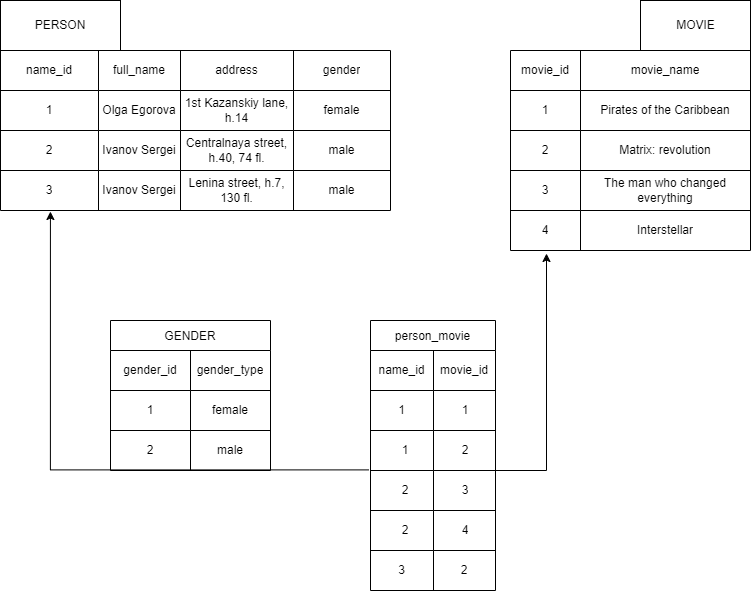
Skafishka/job4j_design keeps this draw.io diagram as sql/2.3.4 Database objects/7. Database normalization.drawio.png. Above is the earlier version. Source tidied: cells renumbered, new cells last; positions are measured from the earlier drawing's top-left corner, leaving out a move shared by most shapes.
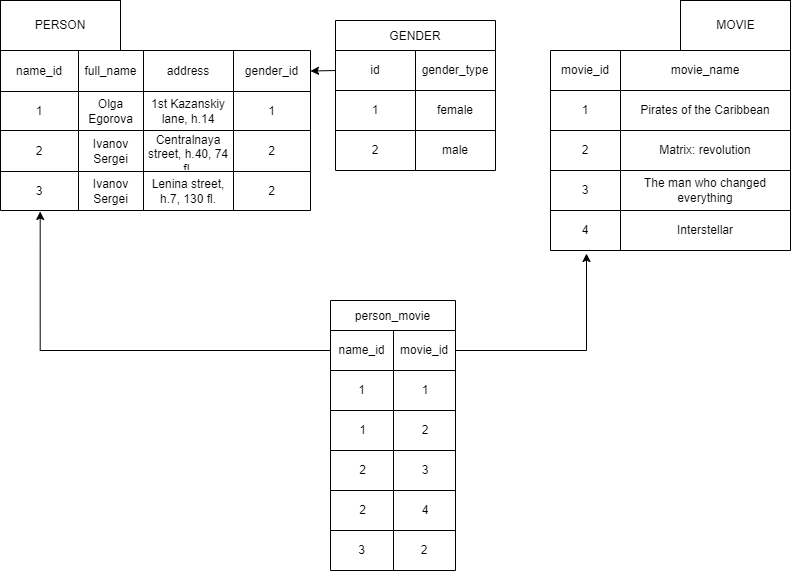
After the change.

Diff of the diagram source:
```diff
@@ -3,70 +3,70 @@
     <mxCell id="0" />
     <mxCell id="1" parent="0" />
     <mxCell id="2" style="shape=table;startSize=0;" parent="1" vertex="1">
-      <mxGeometry y="50" width="390" height="160" as="geometry" />
+      <mxGeometry x="-40" y="70" width="310" height="160" as="geometry" />
     </mxCell>
     <mxCell id="3" style="shape=tableRow;horizontal=0;startSize=0;swimlaneHead=0;swimlaneBody=0;top=0;left=0;bottom=0;right=0;fillColor=none;points=[[0,0.5],[1,0.5]];portConstraint=eastwest;" parent="2" vertex="1">
-      <mxGeometry width="390" height="40" as="geometry" />
+      <mxGeometry width="310" height="41" as="geometry" />
     </mxCell>
     <mxCell id="4" value="name_id" style="shape=partialRectangle;html=1;whiteSpace=wrap;overflow=hidden;fillColor=none;top=0;left=0;bottom=0;right=0;" parent="3" vertex="1">
-      <mxGeometry width="98" height="40" as="geometry" />
+      <mxGeometry width="78" height="41" as="geometry" />
     </mxCell>
     <mxCell id="5" value="full_name" style="shape=partialRectangle;html=1;whiteSpace=wrap;overflow=hidden;fillColor=none;top=0;left=0;bottom=0;right=0;" parent="3" vertex="1">
-      <mxGeometry x="98" width="82" height="40" as="geometry" />
+      <mxGeometry x="78" width="65" height="41" as="geometry" />
     </mxCell>
     <mxCell id="6" value="address" style="shape=partialRectangle;html=1;whiteSpace=wrap;overflow=hidden;fillColor=none;top=0;left=0;bottom=0;right=0;" parent="3" vertex="1">
-      <mxGeometry x="180" width="113" height="40" as="geometry" />
+      <mxGeometry x="143" width="90" height="41" as="geometry" />
     </mxCell>
-    <mxCell id="7" value="gender" style="shape=partialRectangle;html=1;whiteSpace=wrap;overflow=hidden;fillColor=none;top=0;left=0;bottom=0;right=0;" parent="3" vertex="1">
-      <mxGeometry x="293" width="97" height="40" as="geometry" />
+    <mxCell id="7" value="gender_id" style="shape=partialRectangle;html=1;whiteSpace=wrap;overflow=hidden;fillColor=none;top=0;left=0;bottom=0;right=0;" parent="3" vertex="1">
+      <mxGeometry x="233" width="77" height="41" as="geometry" />
     </mxCell>
     <mxCell id="8" style="shape=tableRow;horizontal=0;startSize=0;swimlaneHead=0;swimlaneBody=0;top=0;left=0;bottom=0;right=0;fillColor=none;" parent="2" vertex="1">
-      <mxGeometry y="40" width="390" height="40" as="geometry" />
+      <mxGeometry y="41" width="310" height="39" as="geometry" />
     </mxCell>
     <mxCell id="9" value="1" style="shape=partialRectangle;html=1;whiteSpace=wrap;overflow=hidden;fillColor=none;top=0;left=0;bottom=0;right=0;" parent="8" vertex="1">
-      <mxGeometry width="98" height="40" as="geometry" />
+      <mxGeometry width="78" height="39" as="geometry" />
     </mxCell>
     <mxCell id="10" value="Olga Egorova" style="shape=partialRectangle;html=1;whiteSpace=wrap;overflow=hidden;fillColor=none;top=0;left=0;bottom=0;right=0;" parent="8" vertex="1">
-      <mxGeometry x="98" width="82" height="40" as="geometry" />
+      <mxGeometry x="78" width="65" height="39" as="geometry" />
     </mxCell>
     <mxCell id="11" value="1st Kazanskiy lane, h.14" style="shape=partialRectangle;html=1;whiteSpace=wrap;overflow=hidden;fillColor=none;top=0;left=0;bottom=0;right=0;" parent="8" vertex="1">
-      <mxGeometry x="180" width="113" height="40" as="geometry" />
+      <mxGeometry x="143" width="90" height="39" as="geometry" />
     </mxCell>
-    <mxCell id="12" value="female" style="shape=partialRectangle;html=1;whiteSpace=wrap;overflow=hidden;fillColor=none;top=0;left=0;bottom=0;right=0;" parent="8" vertex="1">
-      <mxGeometry x="293" width="97" height="40" as="geometry" />
+    <mxCell id="12" value="1" style="shape=partialRectangle;html=1;whiteSpace=wrap;overflow=hidden;fillColor=none;top=0;left=0;bottom=0;right=0;" parent="8" vertex="1">
+      <mxGeometry x="233" width="77" height="39" as="geometry" />
     </mxCell>
     <mxCell id="13" style="shape=tableRow;horizontal=0;startSize=0;swimlaneHead=0;swimlaneBody=0;top=0;left=0;bottom=0;right=0;fillColor=none;" parent="2" vertex="1">
-      <mxGeometry y="80" width="390" height="40" as="geometry" />
+      <mxGeometry y="80" width="310" height="41" as="geometry" />
     </mxCell>
     <mxCell id="14" value="2" style="shape=partialRectangle;html=1;whiteSpace=wrap;overflow=hidden;fillColor=none;top=0;left=0;bottom=0;right=0;" parent="13" vertex="1">
-      <mxGeometry width="98" height="40" as="geometry" />
+      <mxGeometry width="78" height="41" as="geometry" />
     </mxCell>
     <mxCell id="15" value="Ivanov Sergei" style="shape=partialRectangle;html=1;whiteSpace=wrap;overflow=hidden;fillColor=none;top=0;left=0;bottom=0;right=0;" parent="13" vertex="1">
-      <mxGeometry x="98" width="82" height="40" as="geometry" />
+      <mxGeometry x="78" width="65" height="41" as="geometry" />
     </mxCell>
     <mxCell id="16" value="Centralnaya street, h.40, 74 fl." style="shape=partialRectangle;html=1;whiteSpace=wrap;overflow=hidden;fillColor=none;top=0;left=0;bottom=0;right=0;" parent="13" vertex="1">
-      <mxGeometry x="180" width="113" height="40" as="geometry" />
+      <mxGeometry x="143" width="90" height="41" as="geometry" />
     </mxCell>
-    <mxCell id="17" value="male" style="shape=partialRectangle;html=1;whiteSpace=wrap;overflow=hidden;fillColor=none;top=0;left=0;bottom=0;right=0;" parent="13" vertex="1">
-      <mxGeometry x="293" width="97" height="40" as="geometry" />
+    <mxCell id="17" value="2" style="shape=partialRectangle;html=1;whiteSpace=wrap;overflow=hidden;fillColor=none;top=0;left=0;bottom=0;right=0;" parent="13" vertex="1">
+      <mxGeometry x="233" width="77" height="41" as="geometry" />
     </mxCell>
     <mxCell id="18" style="shape=tableRow;horizontal=0;startSize=0;swimlaneHead=0;swimlaneBody=0;top=0;left=0;bottom=0;right=0;fillColor=none;points=[[0,0.5],[1,0.5]];portConstraint=eastwest;" parent="2" vertex="1">
-      <mxGeometry y="120" width="390" height="40" as="geometry" />
+      <mxGeometry y="121" width="310" height="39" as="geometry" />
     </mxCell>
     <mxCell id="19" value="3" style="shape=partialRectangle;html=1;whiteSpace=wrap;overflow=hidden;fillColor=none;top=0;left=0;bottom=0;right=0;" parent="18" vertex="1">
-      <mxGeometry width="98" height="40" as="geometry" />
+      <mxGeometry width="78" height="39" as="geometry" />
     </mxCell>
     <mxCell id="20" value="Ivanov Sergei" style="shape=partialRectangle;html=1;whiteSpace=wrap;overflow=hidden;fillColor=none;top=0;left=0;bottom=0;right=0;" parent="18" vertex="1">
-      <mxGeometry x="98" width="82" height="40" as="geometry" />
+      <mxGeometry x="78" width="65" height="39" as="geometry" />
     </mxCell>
     <mxCell id="21" value="Lenina street, h.7, 130 fl." style="shape=partialRectangle;html=1;whiteSpace=wrap;overflow=hidden;fillColor=none;top=0;left=0;bottom=0;right=0;" parent="18" vertex="1">
-      <mxGeometry x="180" width="113" height="40" as="geometry" />
+      <mxGeometry x="143" width="90" height="39" as="geometry" />
     </mxCell>
-    <mxCell id="22" value="male" style="shape=partialRectangle;html=1;whiteSpace=wrap;overflow=hidden;fillColor=none;top=0;left=0;bottom=0;right=0;" parent="18" vertex="1">
-      <mxGeometry x="293" width="97" height="40" as="geometry" />
+    <mxCell id="22" value="2" style="shape=partialRectangle;html=1;whiteSpace=wrap;overflow=hidden;fillColor=none;top=0;left=0;bottom=0;right=0;" parent="18" vertex="1">
+      <mxGeometry x="233" width="77" height="39" as="geometry" />
     </mxCell>
     <mxCell id="23" style="shape=table;startSize=0;" parent="1" vertex="1">
-      <mxGeometry x="510" y="50" width="240" height="200" as="geometry" />
+      <mxGeometry x="510" y="70" width="240" height="200" as="geometry" />
     </mxCell>
     <mxCell id="24" style="shape=tableRow;horizontal=0;startSize=0;swimlaneHead=0;swimlaneBody=0;top=0;left=0;bottom=0;right=0;fillColor=none;" parent="23" vertex="1">
       <mxGeometry width="240" height="40" as="geometry" />
@@ -114,7 +114,7 @@
       <mxGeometry x="70" width="170" height="40" as="geometry" />
     </mxCell>
     <mxCell id="39" value="person_movie" style="shape=table;startSize=30;" parent="1" vertex="1">
-      <mxGeometry x="370" y="320" width="125" height="270" as="geometry" />
+      <mxGeometry x="290" y="320" width="125" height="270" as="geometry" />
     </mxCell>
     <mxCell id="40" style="shape=tableRow;horizontal=0;startSize=0;swimlaneHead=0;swimlaneBody=0;top=0;left=0;bottom=0;right=0;fillColor=none;points=[[0,0.5],[1,0.5]];portConstraint=eastwest;" parent="39" vertex="1">
       <mxGeometry y="30" width="125" height="40" as="geometry" />
@@ -171,47 +171,45 @@
       <mxGeometry x="63" width="62" height="40" as="geometry" />
     </mxCell>
     <mxCell id="58" value="1" style="shape=partialRectangle;html=1;whiteSpace=wrap;overflow=hidden;fillColor=none;top=0;left=0;bottom=0;right=0;" parent="1" vertex="1">
-      <mxGeometry x="435" y="390" width="60" height="40" as="geometry" />
+      <mxGeometry x="355" y="390" width="60" height="40" as="geometry" />
     </mxCell>
     <mxCell id="59" value="1" style="shape=partialRectangle;html=1;whiteSpace=wrap;overflow=hidden;fillColor=none;top=0;left=0;bottom=0;right=0;" parent="1" vertex="1">
-      <mxGeometry x="375" y="430" width="60" height="40" as="geometry" />
+      <mxGeometry x="290" y="430" width="65" height="40" as="geometry" />
     </mxCell>
     <mxCell id="60" value="2" style="shape=partialRectangle;html=1;whiteSpace=wrap;overflow=hidden;fillColor=none;top=0;left=0;bottom=0;right=0;" parent="1" vertex="1">
-      <mxGeometry x="435" y="430" width="60" height="40" as="geometry" />
+      <mxGeometry x="355" y="430" width="60" height="40" as="geometry" />
     </mxCell>
     <mxCell id="61" value="2" style="shape=partialRectangle;html=1;whiteSpace=wrap;overflow=hidden;fillColor=none;top=0;left=0;bottom=0;right=0;" parent="1" vertex="1">
-      <mxGeometry x="375" y="470" width="60" height="40" as="geometry" />
+      <mxGeometry x="290" y="470" width="65" height="40" as="geometry" />
     </mxCell>
     <mxCell id="62" value="3" style="shape=partialRectangle;html=1;whiteSpace=wrap;overflow=hidden;fillColor=none;top=0;left=0;bottom=0;right=0;" parent="1" vertex="1">
-      <mxGeometry x="435" y="470" width="60" height="40" as="geometry" />
+      <mxGeometry x="355" y="470" width="60" height="40" as="geometry" />
     </mxCell>
     <mxCell id="63" value="2" style="shape=partialRectangle;html=1;whiteSpace=wrap;overflow=hidden;fillColor=none;top=0;left=0;bottom=0;right=0;" parent="1" vertex="1">
-      <mxGeometry x="375" y="510" width="60" height="40" as="geometry" />
+      <mxGeometry x="290" y="510" width="65" height="40" as="geometry" />
     </mxCell>
     <mxCell id="64" value="4" style="shape=partialRectangle;html=1;whiteSpace=wrap;overflow=hidden;fillColor=none;top=0;left=0;bottom=0;right=0;" parent="1" vertex="1">
-      <mxGeometry x="435" y="510" width="60" height="40" as="geometry" />
+      <mxGeometry x="355" y="510" width="60" height="40" as="geometry" />
     </mxCell>
     <mxCell id="65" value="MOVIE" style="html=1;" parent="1" vertex="1">
-      <mxGeometry x="640" width="110" height="50" as="geometry" />
+      <mxGeometry x="640" y="20" width="110" height="50" as="geometry" />
     </mxCell>
     <mxCell id="66" value="PERSON" style="whiteSpace=wrap;html=1;" parent="1" vertex="1">
-      <mxGeometry width="120" height="50" as="geometry" />
+      <mxGeometry x="-40" y="20" width="120" height="50" as="geometry" />
     </mxCell>
-    <mxCell id="67" style="edgeStyle=segmentEdgeStyle;endArrow=classic;html=1;rounded=0;entryX=0.128;entryY=1.025;entryDx=0;entryDy=0;entryPerimeter=0;exitX=-0.012;exitY=-0.015;exitDx=0;exitDy=0;exitPerimeter=0;" parent="1" edge="1" source="49" target="18">
+    <mxCell id="67" style="edgeStyle=segmentEdgeStyle;endArrow=classic;html=1;rounded=0;entryX=0.128;entryY=1.025;entryDx=0;entryDy=0;entryPerimeter=0;exitX=0;exitY=0.5;exitDx=0;exitDy=0;" parent="1" edge="1" source="40" target="18">
       <mxGeometry relative="1" as="geometry" />
     </mxCell>
-    <mxCell id="68" style="edgeStyle=segmentEdgeStyle;endArrow=classic;html=1;rounded=0;entryX=0.15;entryY=1.075;entryDx=0;entryDy=0;entryPerimeter=0;" parent="1" edge="1" target="36">
-      <mxGeometry relative="1" as="geometry">
-        <mxPoint x="490" y="470" as="sourcePoint" />
-      </mxGeometry>
+    <mxCell id="68" style="edgeStyle=segmentEdgeStyle;endArrow=classic;html=1;rounded=0;entryX=0.15;entryY=1.075;entryDx=0;entryDy=0;entryPerimeter=0;exitX=1;exitY=0.5;exitDx=0;exitDy=0;" parent="1" edge="1" source="40" target="36">
+      <mxGeometry relative="1" as="geometry" />
     </mxCell>
     <mxCell id="69" value="GENDER" style="shape=table;startSize=30;" parent="1" vertex="1">
-      <mxGeometry x="110" y="320" width="160" height="150" as="geometry" />
+      <mxGeometry x="295" y="40" width="160" height="150" as="geometry" />
     </mxCell>
     <mxCell id="70" style="shape=tableRow;horizontal=0;startSize=0;swimlaneHead=0;swimlaneBody=0;top=0;left=0;bottom=0;right=0;fillColor=none;points=[[0,0.5],[1,0.5]];portConstraint=eastwest;" parent="69" vertex="1">
       <mxGeometry y="30" width="160" height="40" as="geometry" />
     </mxCell>
-    <mxCell id="71" value="gender_id" style="shape=partialRectangle;html=1;whiteSpace=wrap;overflow=hidden;fillColor=none;top=0;left=0;bottom=0;right=0;" parent="70" vertex="1">
+    <mxCell id="71" value="id" style="shape=partialRectangle;html=1;whiteSpace=wrap;overflow=hidden;fillColor=none;top=0;left=0;bottom=0;right=0;" parent="70" vertex="1">
       <mxGeometry width="80" height="40" as="geometry" />
     </mxCell>
     <mxCell id="72" value="gender_type" style="shape=partialRectangle;html=1;whiteSpace=wrap;overflow=hidden;fillColor=none;top=0;left=0;bottom=0;right=0;" parent="70" vertex="1">
@@ -235,5 +233,8 @@
     <mxCell id="78" value="male" style="shape=partialRectangle;html=1;whiteSpace=wrap;overflow=hidden;fillColor=none;top=0;left=0;bottom=0;right=0;" parent="76" vertex="1">
       <mxGeometry x="80" width="80" height="40" as="geometry" />
     </mxCell>
+    <mxCell id="79" style="endArrow=classic;html=1;rounded=0;exitX=0;exitY=0.5;exitDx=0;exitDy=0;entryX=1;entryY=0.5;entryDx=0;entryDy=0;" parent="1" edge="1" source="70" target="3">
+      <mxGeometry relative="1" as="geometry" />
+    </mxCell>
   </root>
 </mxGraphModel>
```
